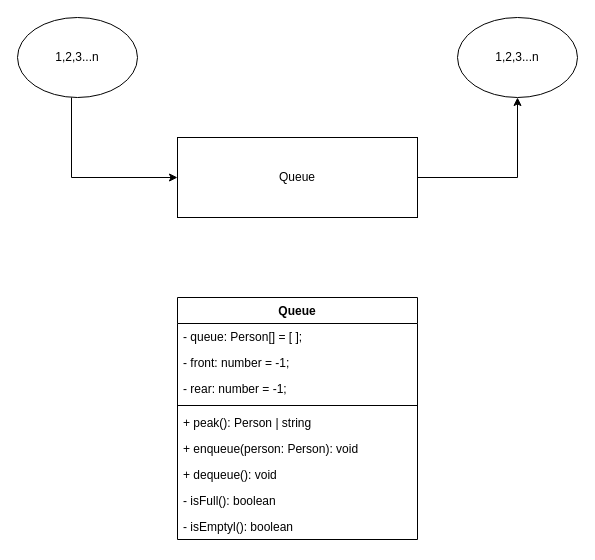
Earlier version of the draw.io diagram 2_queue/queue.drawio (MTONSEG/dsa). Source tidied: cells renumbered, new cells numbered last; positions are measured from the earlier drawing's top-left corner, leaving out a move shared by most shapes. Both pictures are drawn from the tidied source at 100%, with x=0, y=0 at pixel (17, 17).
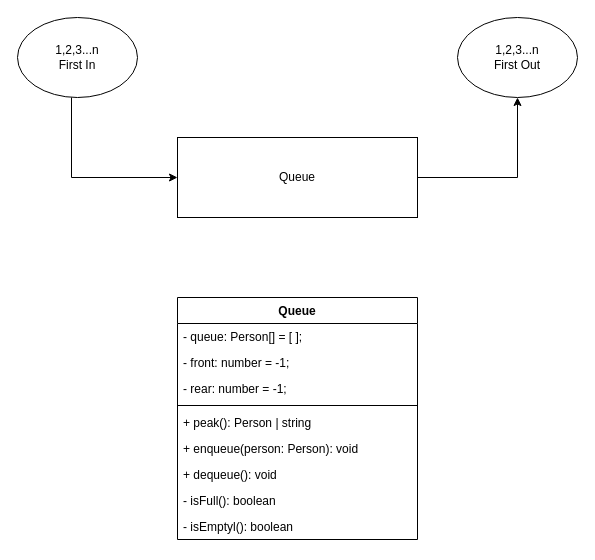
After the change.

Diff of the diagram source:
```diff
@@
 <mxGraphModel>
   <root>
     <mxCell id="0" />
     <mxCell id="1" parent="0" />
     <mxCell id="2" value="Queue" style="rounded=0;whiteSpace=wrap;html=1;" parent="1" vertex="1">
       <mxGeometry x="160" y="120" width="240" height="80" as="geometry" />
     </mxCell>
-    <mxCell id="3" value="1,2,3...n" style="ellipse;whiteSpace=wrap;html=1;" parent="1" vertex="1">
+    <mxCell id="3" value="1,2,3...n&lt;br&gt;First In" style="ellipse;whiteSpace=wrap;html=1;" parent="1" vertex="1">
       <mxGeometry width="120" height="80" as="geometry" />
     </mxCell>
     <mxCell id="4" style="endArrow=classic;html=1;rounded=0;exitX=0.45;exitY=1;exitDx=0;exitDy=0;exitPerimeter=0;entryX=0;entryY=0.5;entryDx=0;entryDy=0;" parent="1" edge="1" source="3" target="2">
       <mxGeometry relative="1" as="geometry">
         <Array as="points">
           <mxPoint x="54" y="160" />
         </Array>
       </mxGeometry>
     </mxCell>
-    <mxCell id="5" value="1,2,3...n" style="ellipse;whiteSpace=wrap;html=1;" parent="1" vertex="1">
+    <mxCell id="5" value="1,2,3...n&lt;br&gt;First Out" style="ellipse;whiteSpace=wrap;html=1;" parent="1" vertex="1">
       <mxGeometry x="440" width="120" height="80" as="geometry" />
     </mxCell>
     <mxCell id="6" style="endArrow=classic;html=1;rounded=0;exitX=1;exitY=0.5;exitDx=0;exitDy=0;entryX=0.5;entryY=1;entryDx=0;entryDy=0;" parent="1" edge="1" source="2" target="5">
       <mxGeometry relative="1" as="geometry">
         <Array as="points">
           <mxPoint x="500" y="160" />
         </Array>
       </mxGeometry>
     </mxCell>
     <mxCell id="7" value="Queue" style="swimlane;fontStyle=1;align=center;verticalAlign=top;horizontal=1;startSize=26;" parent="1" vertex="1">
       <mxGeometry x="160" y="280" width="240" height="242" as="geometry" />
     </mxCell>
     <mxCell id="8" value="- queue: Person[] = [ ];" style="text;strokeColor=none;fillColor=none;align=left;verticalAlign=top;spacingLeft=4;spacingRight=4;overflow=hidden;" parent="7" vertex="1">
       <mxGeometry y="26" width="240" height="26" as="geometry" />
     </mxCell>
     <mxCell id="9" value="- front: number = -1;" style="text;strokeColor=none;fillColor=none;align=left;verticalAlign=top;spacingLeft=4;spacingRight=4;overflow=hidden;" parent="7" vertex="1">
       <mxGeometry y="52" width="240" height="26" as="geometry" />
     </mxCell>
     <mxCell id="10" value="- rear: number = -1;" style="text;strokeColor=none;fillColor=none;align=left;verticalAlign=top;spacingLeft=4;spacingRight=4;overflow=hidden;" parent="7" vertex="1">
       <mxGeometry y="78" width="240" height="26" as="geometry" />
     </mxCell>
     <mxCell id="11" style="line;strokeWidth=1;fillColor=none;align=left;verticalAlign=middle;spacingTop=-1;spacingLeft=3;spacingRight=3;labelPosition=right;strokeColor=inherit;" parent="7" vertex="1">
       <mxGeometry y="104" width="240" height="8" as="geometry" />
     </mxCell>
     <mxCell id="12" value="+ peak(): Person | string " style="text;strokeColor=none;fillColor=none;align=left;verticalAlign=top;spacingLeft=4;spacingRight=4;overflow=hidden;" parent="7" vertex="1">
       <mxGeometry y="112" width="240" height="26" as="geometry" />
     </mxCell>
     <mxCell id="13" value="+ enqueue(person: Person): void" style="text;strokeColor=none;fillColor=none;align=left;verticalAlign=top;spacingLeft=4;spacingRight=4;overflow=hidden;" parent="7" vertex="1">
       <mxGeometry y="138" width="240" height="26" as="geometry" />
     </mxCell>
     <mxCell id="14" value="+ dequeue(): void" style="text;strokeColor=none;fillColor=none;align=left;verticalAlign=top;spacingLeft=4;spacingRight=4;overflow=hidden;" parent="7" vertex="1">
       <mxGeometry y="164" width="240" height="26" as="geometry" />
     </mxCell>
     <mxCell id="15" value="- isFull(): boolean" style="text;strokeColor=none;fillColor=none;align=left;verticalAlign=top;spacingLeft=4;spacingRight=4;overflow=hidden;" parent="7" vertex="1">
       <mxGeometry y="190" width="240" height="26" as="geometry" />
     </mxCell>
     <mxCell id="16" value="- isEmptyl(): boolean" style="text;strokeColor=none;fillColor=none;align=left;verticalAlign=top;spacingLeft=4;spacingRight=4;overflow=hidden;" parent="7" vertex="1">
       <mxGeometry y="216" width="240" height="26" as="geometry" />
     </mxCell>
   </root>
 </mxGraphModel>
```
